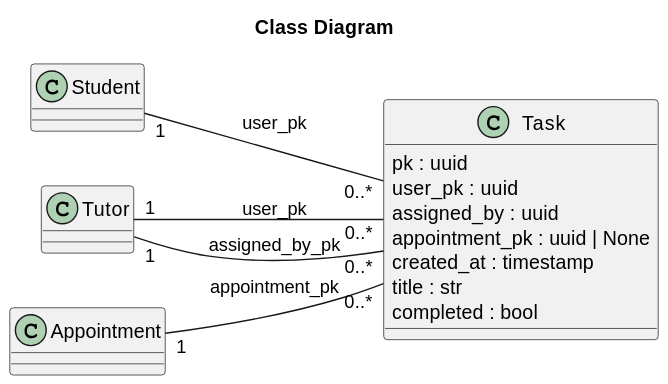
Earlier version of the PlantUML export diagrams/classes/task.svg (KMBCL/P3_specifications). The source it was exported from:
```plantuml
@startuml
title Class Diagram

left to right direction

class Task {
    pk : uuid
    user_pk : uuid
    assigned_by : uuid
    appointment_pk : uuid | None
    created_at : timestamp
    title : str
    completed : bool
}



Student "1" -- "0..*" Task : user_pk
Tutor "1" -- "0..*" Task : user_pk
Tutor "1" -- "0..*" Task : assigned_by_pk

Appointment "1" -- "0..*" Task : appointment_pk
@enduml
```
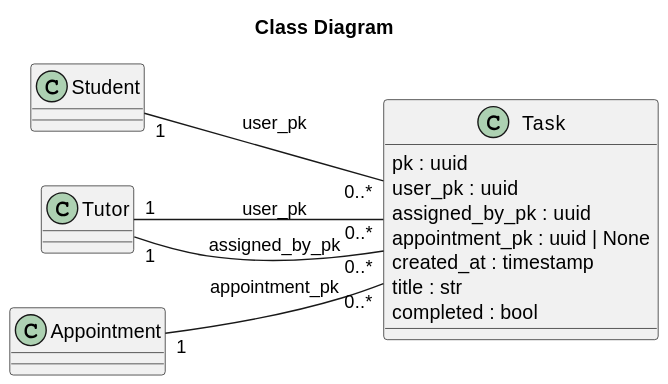
Later version of the same file.

Change to the diagram source:
```diff
@@ -6,7 +6,7 @@
 class Task {
     pk : uuid
     user_pk : uuid
-    assigned_by : uuid
+    assigned_by_pk : uuid
     appointment_pk : uuid | None
     created_at : timestamp
     title : str
```
